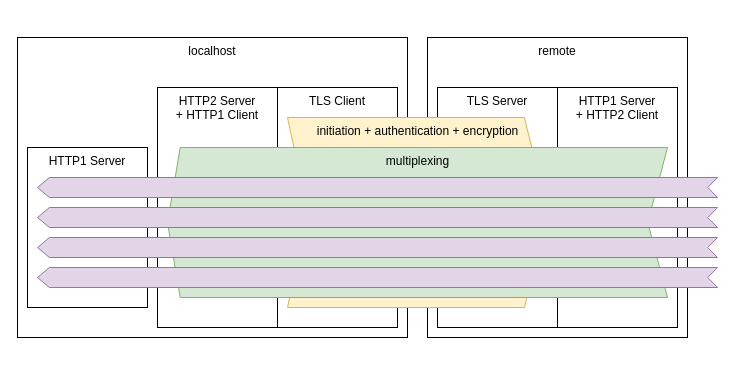
Above: diagram.drawio in boronine/h2tunnel (draw.io), before the change. Source tidied: cells renumbered, new cells numbered last; positions are measured from the earlier drawing's top-left corner, leaving out a move shared by most shapes. Both pictures are drawn from the tidied source at 100%, with x=0, y=0 at pixel (17, 37).
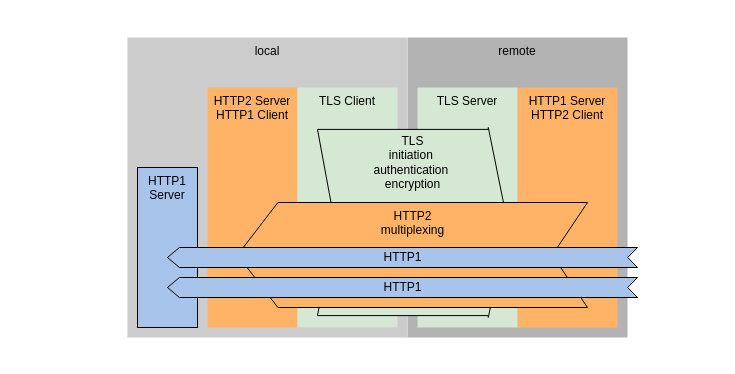
The same diagram, later.

Diff of the diagram source:
```diff
@@
 <mxGraphModel>
   <root>
     <mxCell id="0" />
     <mxCell id="1" parent="0" />
+    <mxCell id="16" style="rounded=0;whiteSpace=wrap;html=1;strokeColor=none;" parent="1" vertex="1">
+      <mxGeometry x="90" y="-20" width="540" height="340" as="geometry" />
+    </mxCell>
-    <mxCell id="2" value="&lt;span style=&quot;text-wrap: nowrap;&quot;&gt;remote&lt;/span&gt;" style="html=1;whiteSpace=wrap;verticalAlign=top;" parent="1" vertex="1">
-      <mxGeometry x="410" width="260" height="300" as="geometry" />
+    <mxCell id="2" value="&lt;span style=&quot;text-wrap: nowrap;&quot;&gt;remote&lt;/span&gt;" style="html=1;whiteSpace=wrap;verticalAlign=top;fillColor=#B3B3B3;strokeColor=none;" parent="1" vertex="1">
+      <mxGeometry x="390" width="220" height="300" as="geometry" />
     </mxCell>
-    <mxCell id="3" value="&lt;span style=&quot;text-wrap: nowrap;&quot;&gt;HTTP1 Server&lt;/span&gt;&lt;div&gt;&lt;span style=&quot;text-wrap: nowrap;&quot;&gt;+ HTTP2 Client&lt;/span&gt;&lt;/div&gt;" style="html=1;whiteSpace=wrap;verticalAlign=top;" parent="1" vertex="1">
-      <mxGeometry x="540" y="50" width="120" height="240" as="geometry" />
+    <mxCell id="3" value="&lt;span style=&quot;text-wrap: nowrap;&quot;&gt;HTTP1 Server&lt;/span&gt;&lt;div&gt;&lt;span style=&quot;text-wrap: nowrap;&quot;&gt;HTTP2 Client&lt;/span&gt;&lt;/div&gt;" style="html=1;whiteSpace=wrap;verticalAlign=top;fillColor=#FFB366;strokeColor=none;" parent="1" vertex="1">
+      <mxGeometry x="500" y="50" width="100" height="240" as="geometry" />
     </mxCell>
-    <mxCell id="4" value="&lt;span style=&quot;text-wrap: nowrap;&quot;&gt;localhost&lt;/span&gt;" style="html=1;whiteSpace=wrap;verticalAlign=top;" parent="1" vertex="1">
-      <mxGeometry width="390" height="300" as="geometry" />
+    <mxCell id="4" value="&lt;span style=&quot;text-wrap: nowrap;&quot;&gt;local&lt;/span&gt;" style="html=1;whiteSpace=wrap;verticalAlign=top;fillColor=#CCCCCC;strokeColor=none;" parent="1" vertex="1">
+      <mxGeometry x="110" width="280" height="300" as="geometry" />
     </mxCell>
-    <mxCell id="5" value="&lt;span style=&quot;text-wrap: nowrap;&quot;&gt;HTTP1 Server&lt;/span&gt;" style="html=1;whiteSpace=wrap;verticalAlign=top;" parent="1" vertex="1">
-      <mxGeometry x="10" y="110" width="120" height="160" as="geometry" />
+    <mxCell id="5" value="&lt;span style=&quot;text-wrap: nowrap;&quot;&gt;HTTP1&lt;/span&gt;&lt;div&gt;&lt;span style=&quot;text-wrap: nowrap;&quot;&gt;Server&lt;/span&gt;&lt;/div&gt;" style="html=1;whiteSpace=wrap;verticalAlign=top;fillColor=#A9C4EB;strokeColor=default;" parent="1" vertex="1">
+      <mxGeometry x="120" y="130" width="60" height="160" as="geometry" />
     </mxCell>
-    <mxCell id="6" value="&lt;span style=&quot;text-wrap: nowrap;&quot;&gt;HTTP2 Server&lt;/span&gt;&lt;div&gt;&lt;span style=&quot;text-wrap: nowrap;&quot;&gt;+ HTTP1 Client&lt;/span&gt;&lt;/div&gt;" style="html=1;whiteSpace=wrap;verticalAlign=top;" parent="1" vertex="1">
-      <mxGeometry x="140" y="50" width="120" height="240" as="geometry" />
+    <mxCell id="6" value="&lt;span style=&quot;text-wrap: nowrap;&quot;&gt;HTTP2 Server&lt;/span&gt;&lt;div&gt;&lt;span style=&quot;text-wrap: nowrap; background-color: initial;&quot;&gt;HTTP1 Client&lt;/span&gt;&lt;br&gt;&lt;/div&gt;" style="html=1;whiteSpace=wrap;verticalAlign=top;fillColor=#FFB366;strokeColor=none;" parent="1" vertex="1">
+      <mxGeometry x="190" y="50" width="90" height="240" as="geometry" />
     </mxCell>
-    <mxCell id="7" value="&lt;div&gt;&lt;span style=&quot;text-wrap: nowrap;&quot;&gt;TLS&lt;/span&gt;&lt;span style=&quot;text-wrap: nowrap; background-color: initial;&quot;&gt;&amp;nbsp;Client&lt;/span&gt;&lt;/div&gt;" style="html=1;whiteSpace=wrap;verticalAlign=top;" parent="1" vertex="1">
-      <mxGeometry x="260" y="50" width="120" height="240" as="geometry" />
+    <mxCell id="7" value="&lt;div&gt;&lt;span style=&quot;text-wrap: nowrap;&quot;&gt;TLS&lt;/span&gt;&lt;span style=&quot;text-wrap: nowrap; background-color: initial;&quot;&gt;&amp;nbsp;Client&lt;/span&gt;&lt;/div&gt;" style="html=1;whiteSpace=wrap;verticalAlign=top;fillColor=#D5E8D4;strokeColor=none;" parent="1" vertex="1">
+      <mxGeometry x="280" y="50" width="100" height="240" as="geometry" />
     </mxCell>
     <mxCell id="8" style="ellipse;whiteSpace=wrap;html=1;align=center;fillColor=none;strokeColor=none;perimeter=centerPerimeter;" parent="1" vertex="1">
-      <mxGeometry x="400" y="100" width="10" height="10" as="geometry" />
+      <mxGeometry x="390" y="100" width="10" height="10" as="geometry" />
     </mxCell>
-    <mxCell id="9" value="&lt;div&gt;&lt;span style=&quot;text-wrap: nowrap;&quot;&gt;TLS Server&lt;/span&gt;&lt;/div&gt;" style="html=1;whiteSpace=wrap;verticalAlign=top;" parent="1" vertex="1">
-      <mxGeometry x="420" y="50" width="120" height="240" as="geometry" />
+    <mxCell id="9" value="&lt;div&gt;&lt;span style=&quot;text-wrap: nowrap;&quot;&gt;TLS Server&lt;/span&gt;&lt;/div&gt;" style="html=1;whiteSpace=wrap;verticalAlign=top;strokeColor=none;fillColor=#D5E8D4;" parent="1" vertex="1">
+      <mxGeometry x="400" y="50" width="100" height="240" as="geometry" />
     </mxCell>
-    <mxCell id="10" value="initiation + authentication + encryption" style="html=1;shadow=0;dashed=0;align=center;verticalAlign=top;shape=mxgraph.arrows2.arrow;dy=0;dx=23.08;notch=20.25;rotation=0;fillColor=#fff2cc;strokeColor=#d6b656;horizontal=1;" parent="1" vertex="1">
-      <mxGeometry x="270" y="80" width="260" height="190" as="geometry" />
+    <mxCell id="10" value="TLS&lt;div&gt;initiation&amp;nbsp;&lt;div&gt;authentication&amp;nbsp;&lt;/div&gt;&lt;div&gt;encryption&lt;/div&gt;&lt;/div&gt;" style="html=1;shadow=0;dashed=0;align=center;verticalAlign=top;shape=mxgraph.arrows2.arrow;dy=0.02;dx=19.2;notch=17.2;rotation=0;fillColor=#D5E8D4;strokeColor=default;horizontal=1;" parent="1" vertex="1">
+      <mxGeometry x="300" y="90" width="190" height="190" as="geometry" />
     </mxCell>
-    <mxCell id="11" value="multiplexing&lt;div&gt;&lt;br&gt;&lt;/div&gt;" style="html=1;shadow=0;dashed=0;align=center;verticalAlign=top;shape=mxgraph.arrows2.arrow;dy=0;dx=12.75;notch=19.75;flipH=1;fillColor=#d5e8d4;strokeColor=#82b366;" parent="1" vertex="1">
-      <mxGeometry x="150" y="110" width="500" height="150" as="geometry" />
+    <mxCell id="11" value="HTTP2&lt;div&gt;multiplexing&lt;div&gt;&lt;br&gt;&lt;/div&gt;&lt;/div&gt;" style="html=1;shadow=0;dashed=0;align=center;verticalAlign=top;shape=mxgraph.arrows2.arrow;dy=0;dx=40.4;notch=35.2;flipH=1;fillColor=#FFB366;strokeColor=default;" parent="1" vertex="1">
+      <mxGeometry x="220" y="165" width="350" height="105" as="geometry" />
     </mxCell>
-    <mxCell id="12" style="html=1;shadow=0;dashed=0;align=center;verticalAlign=middle;shape=mxgraph.arrows2.arrow;dy=0;dx=11.92;notch=9.75;flipH=1;fillColor=#e1d5e7;strokeColor=#9673a6;" parent="1" vertex="1">
-      <mxGeometry x="20" y="140" width="680" height="20" as="geometry" />
+    <mxCell id="12" value="HTTP1" style="html=1;shadow=0;dashed=0;align=center;verticalAlign=middle;shape=mxgraph.arrows2.arrow;dy=0;dx=11.92;notch=9.75;flipH=1;fillColor=#A9C4EB;strokeColor=default;" parent="1" vertex="1">
+      <mxGeometry x="150" y="210" width="470" height="20" as="geometry" />
     </mxCell>
-    <mxCell id="13" style="html=1;shadow=0;dashed=0;align=center;verticalAlign=middle;shape=mxgraph.arrows2.arrow;dy=0;dx=11.92;notch=9.75;flipH=1;fillColor=#e1d5e7;strokeColor=#9673a6;" parent="1" vertex="1">
-      <mxGeometry x="20" y="170" width="680" height="20" as="geometry" />
+    <mxCell id="13" value="HTTP1" style="html=1;shadow=0;dashed=0;align=center;verticalAlign=middle;shape=mxgraph.arrows2.arrow;dy=0;dx=11.92;notch=9.75;flipH=1;fillColor=#A9C4EB;strokeColor=default;" parent="1" vertex="1">
+      <mxGeometry x="150" y="240" width="470" height="20" as="geometry" />
     </mxCell>
-    <mxCell id="14" style="html=1;shadow=0;dashed=0;align=center;verticalAlign=middle;shape=mxgraph.arrows2.arrow;dy=0;dx=11.92;notch=9.75;flipH=1;fillColor=#e1d5e7;strokeColor=#9673a6;" parent="1" vertex="1">
-      <mxGeometry x="20" y="200" width="680" height="20" as="geometry" />
-    </mxCell>
-    <mxCell id="15" style="html=1;shadow=0;dashed=0;align=center;verticalAlign=middle;shape=mxgraph.arrows2.arrow;dy=0;dx=11.92;notch=9.75;flipH=1;fillColor=#e1d5e7;strokeColor=#9673a6;" parent="1" vertex="1">
-      <mxGeometry x="20" y="230" width="680" height="20" as="geometry" />
-    </mxCell>
   </root>
 </mxGraphModel>
```
